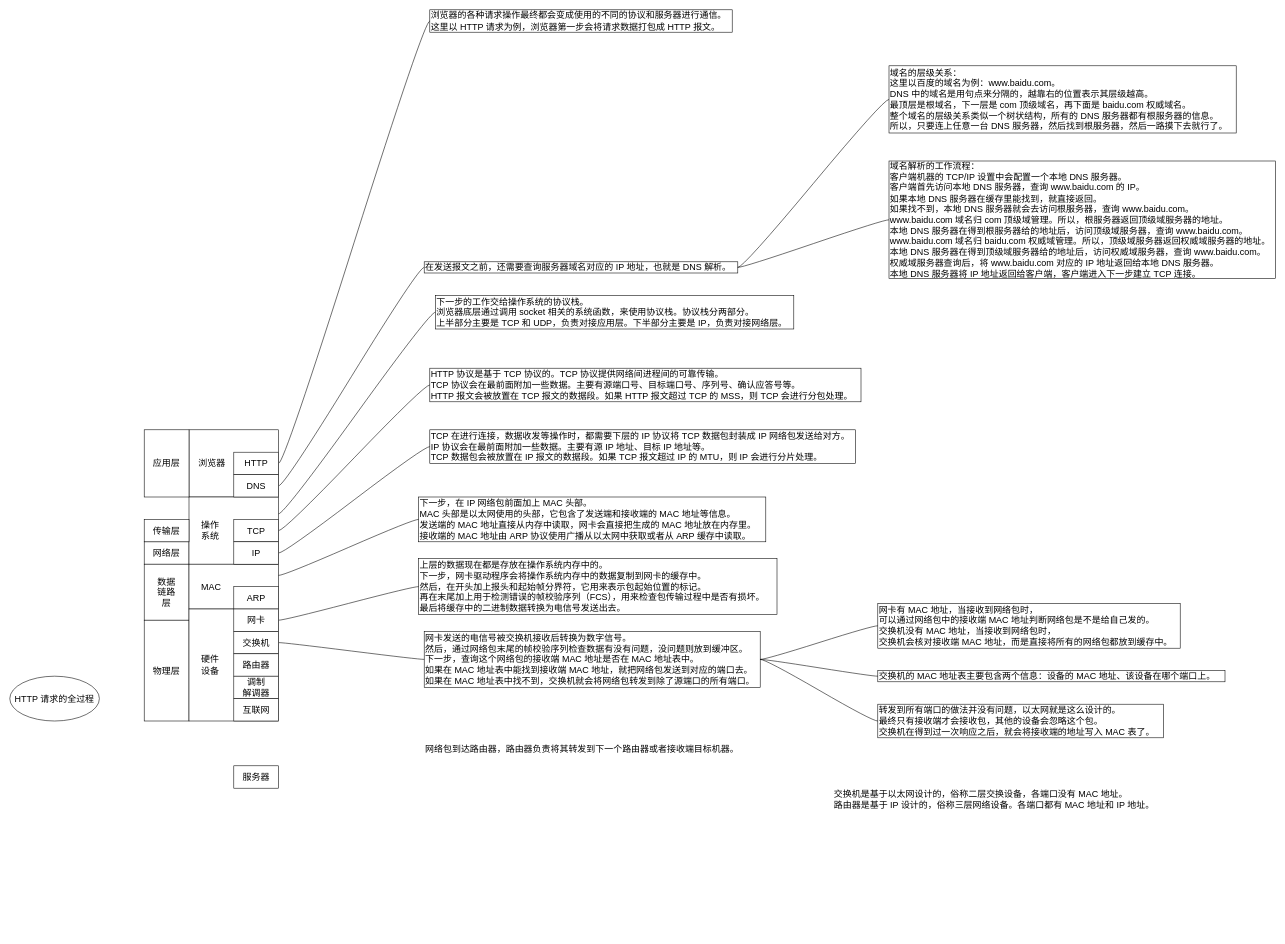
KelipuTe/personal-library keeps this draw.io diagram as page "第 5 页" (5 of 5) of body_of_knowledge/network_engineering.drawio. Above is the earlier version. Source tidied: cells renumbered, new cells numbered last; positions are measured from the earlier drawing's top-left corner, leaving out a move shared by most shapes. Both pictures are drawn from the tidied source at 56%, with x=0, y=0 at pixel (10, 10).
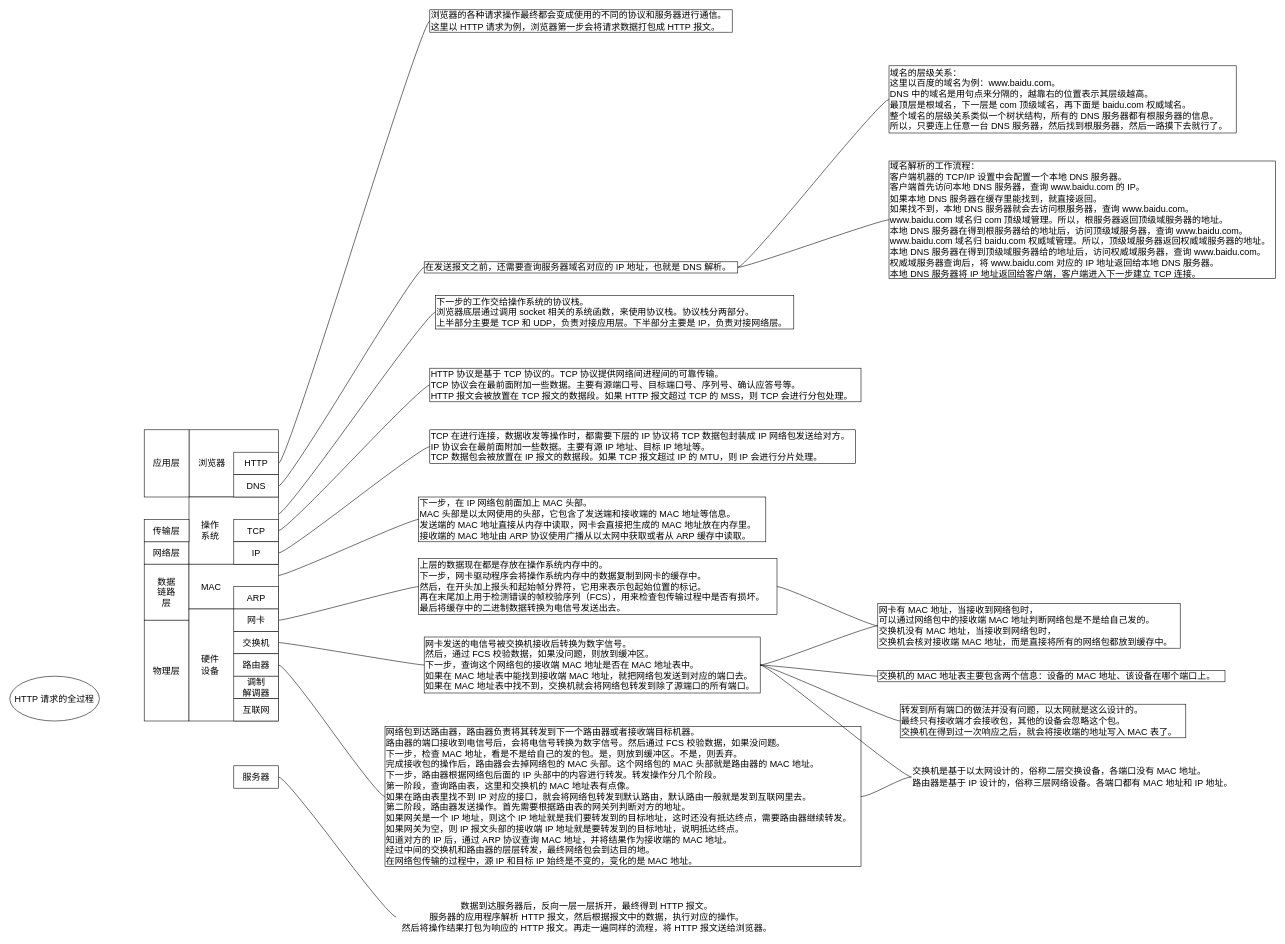
The same page after the edit.

Commit message:
network, overview

Unchanged cells that the change refers to:
```xml
<mxCell id="14" value="服务器" style="rounded=0;whiteSpace=wrap;html=1;labelBackgroundColor=none;fontSize=16;strokeColor=default;" parent="1" vertex="1">
  <mxGeometry x="400" y="1350" width="80" height="40" as="geometry" />
</mxCell>
<mxCell id="31" value="上层的数据现在都是存放在操作系统内存中的。&lt;br&gt;下一步，网卡驱动程序会将操作系统内存中的数据复制到网卡的缓存中。&lt;br&gt;然后，在开头加上报头和起始帧分界符，它用来表示包起始位置的标记。&lt;br&gt;再在末尾加上用于检测错误的帧校验序列（FCS），用来检查包传输过程中是否有损坏。&lt;br&gt;最后将缓存中的二进制数据转换为电信号发送出去。" style="text;html=1;align=left;verticalAlign=middle;points=[];strokeColor=default;fillColor=none;fontSize=16;" parent="1" vertex="1">
  <mxGeometry x="730" y="980" width="640" height="100" as="geometry" />
</mxCell>
<mxCell id="35" value="&lt;span&gt;网卡有 MAC 地址，当接收到网络包时，&lt;br&gt;可以通过网络包中的接收端 MAC 地址判断网络包是不是给自己发的。&lt;br&gt;&lt;/span&gt;交换机没有 MAC 地址，当接收到网络包时，&lt;br&gt;交换机会核对接收端 MAC 地址，而是直接将所有的网络包都放到缓存中。&lt;span&gt;&lt;br&gt;&lt;/span&gt;" style="text;html=1;align=left;verticalAlign=middle;points=[];strokeColor=default;fillColor=none;fontSize=16;" parent="1" vertex="1">
  <mxGeometry x="1550" y="1060" width="540" height="80" as="geometry" />
</mxCell>
<mxCell id="47" value="&lt;span&gt;路由器&lt;/span&gt;" style="rounded=0;whiteSpace=wrap;html=1;labelBackgroundColor=none;fontSize=16;strokeColor=default;" parent="1" vertex="1">
  <mxGeometry x="400" y="1150" width="80" height="40" as="geometry" />
</mxCell>
```

What changed in the source:
```diff
@@
-    <mxCell id="33" value="网卡发送的电信号被交换机接收后转换为数字信号。&lt;br style=&quot;font-size: 16px&quot;&gt;然后，通过网络包末尾的&lt;span style=&quot;font-size: 16px&quot;&gt;帧校验序列检查数据有没有问题，没问题则放到缓冲区。&lt;/span&gt;&lt;br style=&quot;font-size: 16px&quot;&gt;下一步，查询这个网络包的接收端 MAC 地址是否在 MAC 地址表中。&lt;br&gt;如果在 MAC 地址表中能找到接收端&amp;nbsp;MAC 地址，就把网络包发送到对应的端口去。&lt;br&gt;如果在 MAC 地址表中找不到，交换机就会将网络包转发到除了源端口的所有端口。&lt;br&gt;" style="text;html=1;align=left;verticalAlign=middle;points=[];strokeColor=default;fillColor=none;fontSize=16;" parent="1" vertex="1">
-      <mxGeometry x="740" y="1110" width="600" height="100" as="geometry" />
+    <mxCell id="33" value="网卡发送的电信号被交换机接收后转换为数字信号。&lt;br style=&quot;font-size: 16px&quot;&gt;然后，通过 FCS 校验&lt;span style=&quot;font-size: 16px&quot;&gt;数据，如果没问题，则放到缓冲区。&lt;/span&gt;&lt;br style=&quot;font-size: 16px&quot;&gt;下一步，查询这个网络包的接收端 MAC 地址是否在 MAC 地址表中。&lt;br&gt;如果在 MAC 地址表中能找到接收端&amp;nbsp;MAC 地址，就把网络包发送到对应的端口去。&lt;br&gt;如果在 MAC 地址表中找不到，交换机就会将网络包转发到除了源端口的所有端口。" style="text;html=1;align=left;verticalAlign=middle;points=[];strokeColor=default;fillColor=none;fontSize=16;" parent="1" vertex="1">
+      <mxGeometry x="740" y="1120" width="600" height="100" as="geometry" />
     </mxCell>
@@
     <mxCell id="39" value="转发到所有端口的做法并没有问题，以太网就是这么设计的。&lt;br&gt;最终只有接收端才会接收包，其他的设备会忽略这个包。&lt;br&gt;交换机在得到过一次响应之后，就会将接收端的地址写入 MAC 表了。" style="text;html=1;align=left;verticalAlign=middle;points=[];strokeColor=default;fillColor=none;fontSize=16;" parent="1" vertex="1">
-      <mxGeometry x="1550" y="1240" width="510" height="60" as="geometry" />
+      <mxGeometry x="1590" y="1240" width="510" height="60" as="geometry" />
     </mxCell>
@@
-    <mxCell id="41" value="网络包到达路由器，路由器负责将其转发到下一个路由器或者接收端目标机器。" style="text;html=1;align=left;verticalAlign=middle;points=[];strokeColor=none;fillColor=none;fontSize=16;" parent="1" vertex="1">
-      <mxGeometry x="740" y="1310" width="580" height="20" as="geometry" />
+    <mxCell id="41" value="网络包到达路由器，路由器负责将其转发到下一个路由器或者接收端目标机器。&lt;br&gt;路由器的端口接收到电信号后，会将电信号转换为数字信号。然后通过 FCS 校验数据，如果没问题。&lt;br&gt;下一步，检查 MAC 地址，看是不是给自己的发的包。是，则放到缓冲区。不是，则丢弃。&lt;br&gt;完成接收包的操作后，路由器会去掉网络包的 MAC 头部。这个网络包的 MAC 头部就是路由器的 MAC 地址。&lt;br&gt;下一步，路由器根据网络包后面的 IP 头部中的内容进行转发。&lt;span style=&quot;text-align: center&quot;&gt;转发操作分几个阶段。&lt;/span&gt;&lt;br style=&quot;text-align: center&quot;&gt;&lt;span style=&quot;text-align: center&quot;&gt;第一阶段，查询路由表，这里和交换机的 MAC 地址表有点像。&lt;/span&gt;&lt;br style=&quot;text-align: center&quot;&gt;&lt;span style=&quot;text-align: center&quot;&gt;如果在路由表里找不到 IP 对应的接口，就会将网络包转发到默认路由，默认路由一般就是发到互联网里去。&lt;br&gt;第二阶段，路由器发送操作。首先需要根据路由表的网关列判断对方的地址。&lt;br&gt;如果网关是一个 IP 地址，则这个 IP 地址就是我们要转发到的目标地址，这时还没有抵达终点，需要路由器继续转发。&lt;br&gt;如果网关为空，则 IP 报文头部的接收端 IP 地址就是要转发到的目标地址，说明抵达终点。&lt;br&gt;知道对方的 IP 后，通过 ARP 协议查询 MAC 地址，并将结果作为接收端的 MAC 地址。&lt;br&gt;经过中间的交换机和路由器的层层转发，最终网络包会到达目的地。&lt;br&gt;在网络包传输的过程中，源 IP 和目标 IP 始终是不变的，变化的是 MAC 地址。&lt;br&gt;&lt;/span&gt;" style="text;html=1;align=left;verticalAlign=middle;points=[];strokeColor=default;fillColor=none;fontSize=16;" parent="1" vertex="1">
+      <mxGeometry x="670" y="1280" width="850" height="250" as="geometry" />
     </mxCell>
     <mxCell id="42" value="交换机是基于以太网设计的，俗称二层交换设备，各端口没有 MAC 地址。&lt;br&gt;路由器是基于 IP 设计的，俗称三层网络设备。各端口都有 MAC 地址和 IP 地址。" style="text;html=1;align=left;verticalAlign=middle;points=[];strokeColor=none;fillColor=none;fontSize=16;" parent="1" vertex="1">
-      <mxGeometry x="1470" y="1390" width="590" height="40" as="geometry" />
+      <mxGeometry x="1610" y="1350" width="590" height="40" as="geometry" />
     </mxCell>
@@
+    <mxCell id="51" style="edgeStyle=entityRelationEdgeStyle;startArrow=none;endArrow=none;segment=10;curved=1;rounded=0;fontSize=16;" parent="1" edge="1" source="31" target="35">
+      <mxGeometry relative="1" as="geometry" />
+    </mxCell>
+    <mxCell id="52" style="edgeStyle=entityRelationEdgeStyle;startArrow=none;endArrow=none;segment=10;curved=1;rounded=0;fontSize=16;" parent="1" edge="1" source="33" target="42">
+      <mxGeometry relative="1" as="geometry" />
+    </mxCell>
+    <mxCell id="53" style="edgeStyle=entityRelationEdgeStyle;startArrow=none;endArrow=none;segment=10;curved=1;rounded=0;fontSize=16;" parent="1" edge="1" source="41" target="42">
+      <mxGeometry relative="1" as="geometry" />
+    </mxCell>
+    <mxCell id="54" style="edgeStyle=entityRelationEdgeStyle;startArrow=none;endArrow=none;segment=10;curved=1;rounded=0;fontSize=16;" parent="1" edge="1" source="47" target="41">
+      <mxGeometry relative="1" as="geometry" />
+    </mxCell>
+    <mxCell id="55" value="数据到达服务器后，反向一层一层拆开，最终得到 HTTP 报文。&lt;br&gt;服务器的应用程序解析 HTTP 报文，然后根据报文中的数据，执行对应的操作。&lt;br&gt;然后将操作结果打包为响应的 HTTP 报文。再走一遍同样的流程，将 HTTP 报文送给浏览器。" style="text;html=1;align=center;verticalAlign=middle;points=[];strokeColor=none;fillColor=none;fontSize=16;" parent="1" vertex="1">
+      <mxGeometry x="690" y="1590" width="680" height="60" as="geometry" />
+    </mxCell>
+    <mxCell id="56" style="edgeStyle=entityRelationEdgeStyle;startArrow=none;endArrow=none;segment=10;curved=1;rounded=0;fontSize=16;" parent="1" edge="1" source="14" target="55">
+      <mxGeometry relative="1" as="geometry" />
+    </mxCell>
```
